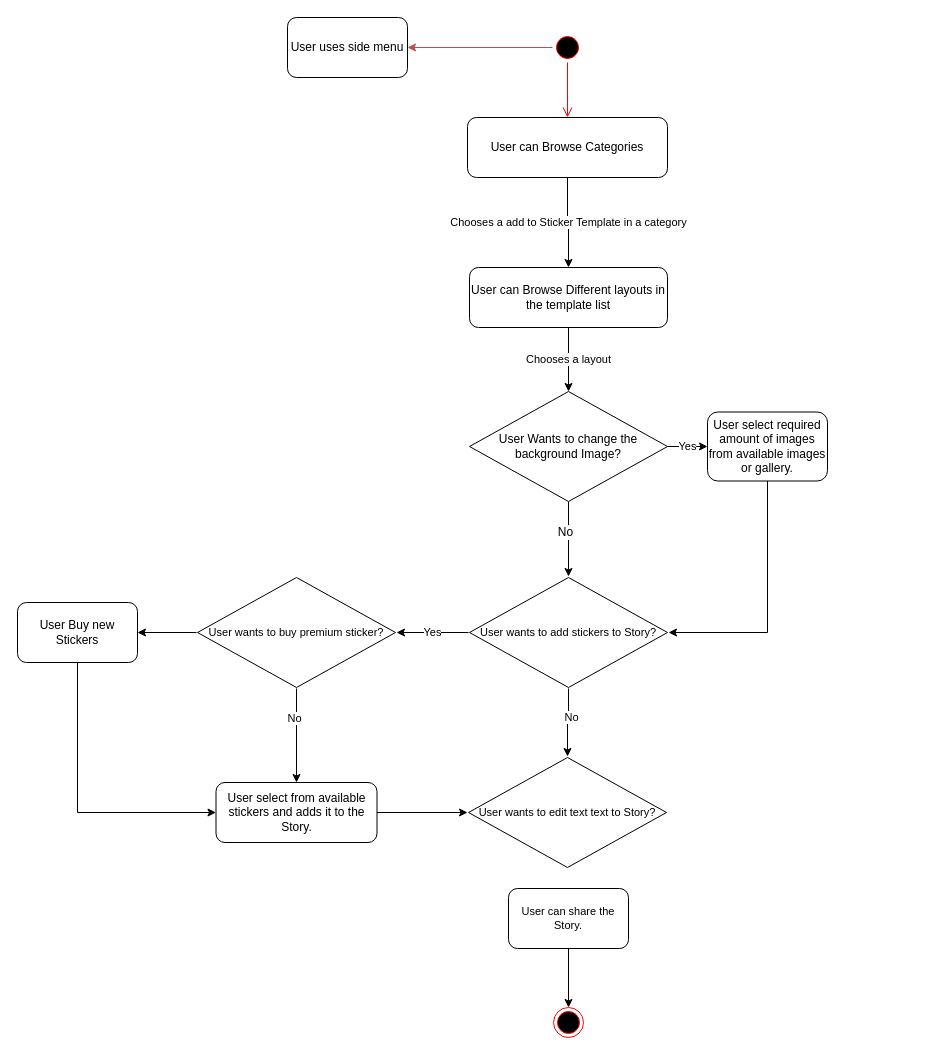
AwesDea/Paradigm keeps this draw.io diagram as UserFlow.drawio. Above is the earlier version. Source tidied: cells renumbered, new cells numbered last; positions are measured from the earlier drawing's top-left corner, leaving out a move shared by most shapes. Both pictures are drawn from the tidied source at 100%, with x=0, y=0 at pixel (17, 17).
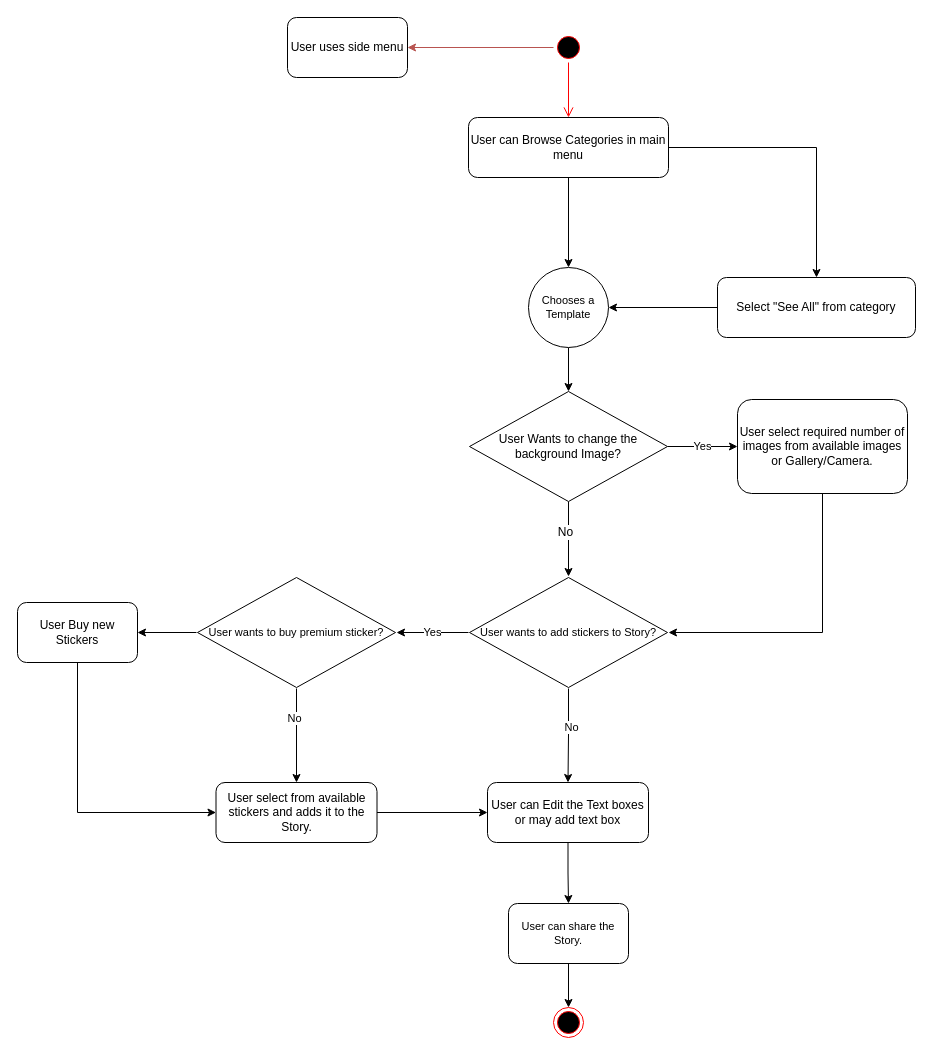
After the change.

Unchanged cells that the change refers to:
```xml
<mxCell id="14" value="User Wants to change the background Image?" style="rhombus;whiteSpace=wrap;html=1;fontSize=12;" parent="1" vertex="1">
  <mxGeometry x="452" y="374" width="198" height="110" as="geometry" />
</mxCell>
<mxCell id="20" value="User wants to add stickers to Story?" style="rhombus;whiteSpace=wrap;html=1;perimeterSpacing=1;rounded=0;verticalAlign=middle;fontSize=11;horizontal=1;" parent="1" vertex="1">
  <mxGeometry x="452" y="560" width="198" height="110" as="geometry" />
</mxCell>
<mxCell id="22" value="User select from available stickers and adds it to the Story." style="rounded=1;whiteSpace=wrap;html=1;" parent="1" vertex="1">
  <mxGeometry x="198.5" y="765" width="161" height="60" as="geometry" />
</mxCell>
```

Diff of the diagram source:
```diff
@@
     <mxCell id="3" style="ellipse;html=1;shape=startState;fillColor=#000000;strokeColor=#ff0000;" parent="1" vertex="1">
-      <mxGeometry x="535" y="15" width="30" height="30" as="geometry" />
+      <mxGeometry x="536" y="15" width="30" height="30" as="geometry" />
     </mxCell>
@@
-    <mxCell id="6" value="Chooses a add to Sticker Template in a category" style="edgeStyle=orthogonalEdgeStyle;rounded=0;jettySize=auto;html=1;entryX=0.5;entryY=0;entryDx=0;entryDy=0;" parent="1" edge="1" source="7" target="10">
+    <mxCell id="6" style="edgeStyle=orthogonalEdgeStyle;rounded=0;jettySize=auto;html=1;entryX=0.5;entryY=0;entryDx=0;entryDy=0;" parent="1" edge="1" source="7" target="37">
       <mxGeometry relative="1" as="geometry" />
     </mxCell>
+    <mxCell id="32" style="edgeStyle=orthogonalEdgeStyle;rounded=0;jettySize=auto;html=1;exitX=1;exitY=0.5;exitDx=0;exitDy=0;entryX=0.5;entryY=0;entryDx=0;entryDy=0;fontSize=11;" parent="1" edge="1" source="7" target="10">
+      <mxGeometry relative="1" as="geometry" />
+    </mxCell>
-    <mxCell id="7" value="User can Browse Categories" style="rounded=1;whiteSpace=wrap;html=1;" parent="1" vertex="1">
-      <mxGeometry x="450" y="100" width="200" height="60" as="geometry" />
+    <mxCell id="7" value="User can Browse Categories in main menu" style="rounded=1;whiteSpace=wrap;html=1;" parent="1" vertex="1">
+      <mxGeometry x="451" y="100" width="200" height="60" as="geometry" />
     </mxCell>
@@
-    <mxCell id="9" value="Chooses a layout" style="edgeStyle=orthogonalEdgeStyle;rounded=0;jettySize=auto;html=1;entryX=0.5;entryY=0;entryDx=0;entryDy=0;" parent="1" edge="1" source="10" target="14">
-      <mxGeometry relative="1" as="geometry" />
-    </mxCell>
+    <mxCell id="33" style="edgeStyle=orthogonalEdgeStyle;rounded=0;jettySize=auto;html=1;fontSize=11;entryX=1;entryY=0.5;entryDx=0;entryDy=0;" parent="1" edge="1" source="10" target="37">
+      <mxGeometry relative="1" as="geometry" />
+    </mxCell>
-    <mxCell id="10" value="User can Browse Different layouts in the template list" style="rounded=1;whiteSpace=wrap;html=1;" parent="1" vertex="1">
-      <mxGeometry x="452" y="250" width="198" height="60" as="geometry" />
+    <mxCell id="10" value="Select &quot;See All&quot; from category" style="rounded=1;whiteSpace=wrap;html=1;" parent="1" vertex="1">
+      <mxGeometry x="700" y="260" width="198" height="60" as="geometry" />
     </mxCell>
@@
-    <mxCell id="16" value="User select required amount of images from available images or gallery." style="rounded=1;whiteSpace=wrap;html=1;" parent="1" vertex="1">
-      <mxGeometry x="690" y="394.5" width="120" height="69" as="geometry" />
+    <mxCell id="16" value="User select required number of images from available images or Gallery/Camera." style="rounded=1;whiteSpace=wrap;html=1;" parent="1" vertex="1">
+      <mxGeometry x="720" y="382" width="170" height="94" as="geometry" />
     </mxCell>
@@
-    <mxCell id="18" style="edgeStyle=orthogonalEdgeStyle;rounded=0;jettySize=auto;html=1;fontSize=11;" parent="1" edge="1" source="20" target="31">
+    <mxCell id="18" style="edgeStyle=orthogonalEdgeStyle;rounded=0;jettySize=auto;html=1;fontSize=11;entryX=0.5;entryY=0;entryDx=0;entryDy=0;" parent="1" edge="1" source="20" target="35">
       <mxGeometry relative="1" as="geometry" />
     </mxCell>
@@
-    <mxCell id="21" style="edgeStyle=orthogonalEdgeStyle;rounded=0;jettySize=auto;html=1;entryX=0;entryY=0.5;entryDx=0;entryDy=0;fontSize=11;" parent="1" edge="1" source="22" target="31">
+    <mxCell id="21" style="edgeStyle=orthogonalEdgeStyle;rounded=0;jettySize=auto;html=1;entryX=0;entryY=0.5;entryDx=0;entryDy=0;fontSize=11;" parent="1" edge="1" source="22" target="35">
       <mxGeometry relative="1" as="geometry" />
     </mxCell>
@@
     <mxCell id="30" value="User can share the Story." style="rounded=1;whiteSpace=wrap;html=1;fontSize=11;" parent="1" vertex="1">
-      <mxGeometry x="491" y="871" width="120" height="60" as="geometry" />
+      <mxGeometry x="491" y="886" width="120" height="60" as="geometry" />
     </mxCell>
-    <mxCell id="31" value="User wants to edit text text to Story?" style="rhombus;whiteSpace=wrap;html=1;perimeterSpacing=1;rounded=0;verticalAlign=middle;fontSize=11;horizontal=1;" parent="1" vertex="1">
-      <mxGeometry x="451" y="740" width="198" height="110" as="geometry" />
-    </mxCell>
+    <mxCell id="34" style="edgeStyle=orthogonalEdgeStyle;rounded=0;jettySize=auto;html=1;entryX=0.5;entryY=0;entryDx=0;entryDy=0;fontSize=11;exitX=0.5;exitY=1;exitDx=0;exitDy=0;" parent="1" edge="1" source="35" target="30">
+      <mxGeometry relative="1" as="geometry" />
+    </mxCell>
+    <mxCell id="35" value="User can Edit the Text boxes or may add text box" style="rounded=1;whiteSpace=wrap;html=1;" parent="1" vertex="1">
+      <mxGeometry x="470" y="765" width="161" height="60" as="geometry" />
+    </mxCell>
+    <mxCell id="36" style="edgeStyle=orthogonalEdgeStyle;rounded=0;jettySize=auto;html=1;entryX=0.5;entryY=0;entryDx=0;entryDy=0;fontSize=11;" parent="1" edge="1" source="37" target="14">
+      <mxGeometry relative="1" as="geometry" />
+    </mxCell>
+    <mxCell id="37" value="Chooses a Template" style="ellipse;whiteSpace=wrap;html=1;rounded=0;fontSize=11;" parent="1" vertex="1">
+      <mxGeometry x="511" y="250" width="80" height="80" as="geometry" />
+    </mxCell>
```
